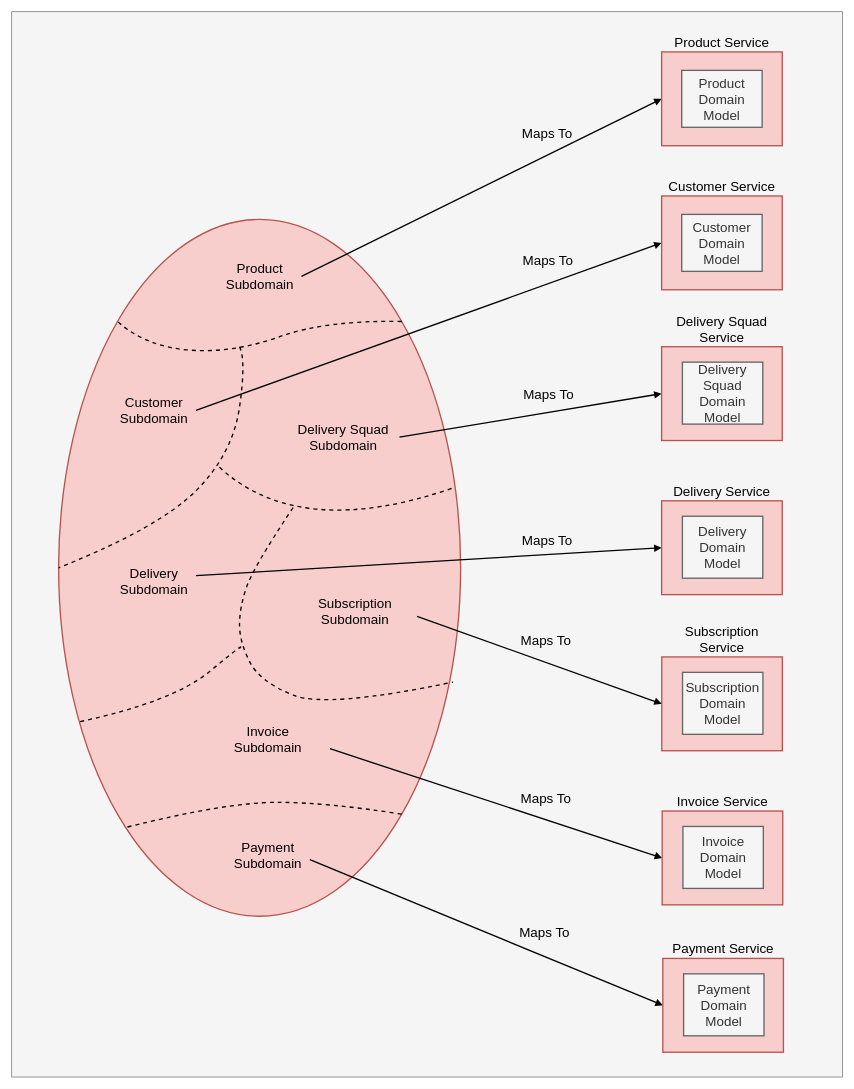
The draw.io diagram docs/diagram/subdomain_service_view.drawio in dudhwalas/dudhwala, before the edit. Source tidied: cells renumbered, new cells numbered last; positions are measured from the earlier drawing's top-left corner, leaving out a move shared by most shapes. Both pictures are drawn from the tidied source at 67%, with x=0, y=0 at pixel (11, 11).
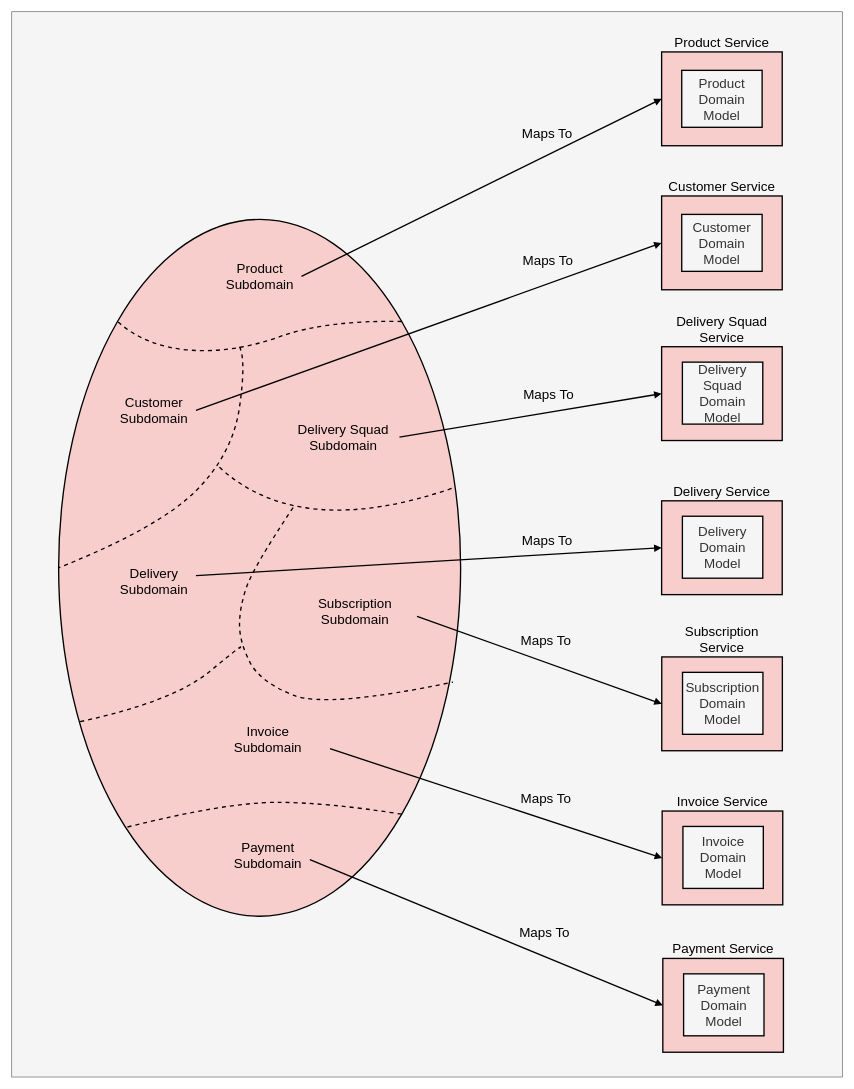
The same page after the edit.

The edit, as a diff of the source:
```diff
@@
-    <mxCell id="3" style="ellipse;whiteSpace=wrap;html=1;direction=south;fillColor=#f8cecc;strokeColor=#b85450;strokeWidth=2;fontSize=20;" parent="1" vertex="1">
+    <mxCell id="3" style="ellipse;whiteSpace=wrap;html=1;direction=south;fillColor=#f8cecc;strokeColor=#000000;strokeWidth=2;fontSize=20;" parent="1" vertex="1">
       <mxGeometry x="70" y="310" width="600" height="1040" as="geometry" />
     </mxCell>
@@
-    <mxCell id="27" value="Product Service" style="rounded=0;whiteSpace=wrap;html=1;fontSize=20;strokeWidth=2;fillColor=#f8cecc;strokeColor=#b85450;labelPosition=center;verticalLabelPosition=top;align=center;verticalAlign=bottom;" parent="1" vertex="1">
+    <mxCell id="27" value="Product Service" style="rounded=0;whiteSpace=wrap;html=1;fontSize=20;strokeWidth=2;fillColor=#f8cecc;strokeColor=#000000;labelPosition=center;verticalLabelPosition=top;align=center;verticalAlign=bottom;" parent="1" vertex="1">
       <mxGeometry x="970" y="60" width="180" height="140" as="geometry" />
     </mxCell>
-    <mxCell id="28" value="Product Domain Model" style="rounded=0;whiteSpace=wrap;html=1;fontSize=20;strokeWidth=2;fillColor=#f5f5f5;fontColor=#333333;strokeColor=#666666;" parent="1" vertex="1">
+    <mxCell id="28" value="Product Domain Model" style="rounded=0;whiteSpace=wrap;html=1;fontSize=20;strokeWidth=2;fillColor=#f5f5f5;fontColor=#333333;strokeColor=#000000;" parent="1" vertex="1">
       <mxGeometry x="1000" y="87.5" width="120" height="85" as="geometry" />
     </mxCell>
-    <mxCell id="29" value="Customer Service" style="rounded=0;whiteSpace=wrap;html=1;fontSize=20;strokeWidth=2;fillColor=#f8cecc;strokeColor=#b85450;labelPosition=center;verticalLabelPosition=top;align=center;verticalAlign=bottom;" parent="1" vertex="1">
+    <mxCell id="29" value="Customer Service" style="rounded=0;whiteSpace=wrap;html=1;fontSize=20;strokeWidth=2;fillColor=#f8cecc;strokeColor=#000000;labelPosition=center;verticalLabelPosition=top;align=center;verticalAlign=bottom;" parent="1" vertex="1">
       <mxGeometry x="970" y="275" width="180" height="140" as="geometry" />
     </mxCell>
-    <mxCell id="30" value="Customer Domain Model" style="rounded=0;whiteSpace=wrap;html=1;fontSize=20;strokeWidth=2;fillColor=#f5f5f5;fontColor=#333333;strokeColor=#666666;" parent="1" vertex="1">
+    <mxCell id="30" value="Customer Domain Model" style="rounded=0;whiteSpace=wrap;html=1;fontSize=20;strokeWidth=2;fillColor=#f5f5f5;fontColor=#333333;strokeColor=#000000;" parent="1" vertex="1">
       <mxGeometry x="1000" y="302.5" width="120" height="85" as="geometry" />
     </mxCell>
-    <mxCell id="31" value="Delivery Squad Service" style="rounded=0;whiteSpace=wrap;html=1;fontSize=20;strokeWidth=2;fillColor=#f8cecc;strokeColor=#b85450;labelPosition=center;verticalLabelPosition=top;align=center;verticalAlign=bottom;" parent="1" vertex="1">
+    <mxCell id="31" value="Delivery Squad Service" style="rounded=0;whiteSpace=wrap;html=1;fontSize=20;strokeWidth=2;fillColor=#f8cecc;strokeColor=#000000;labelPosition=center;verticalLabelPosition=top;align=center;verticalAlign=bottom;" parent="1" vertex="1">
       <mxGeometry x="970" y="500" width="180" height="140" as="geometry" />
     </mxCell>
-    <mxCell id="32" value="Delivery Squad Domain Model" style="rounded=0;whiteSpace=wrap;html=1;fontSize=20;strokeWidth=2;fillColor=#f5f5f5;fontColor=#333333;strokeColor=#666666;" parent="1" vertex="1">
+    <mxCell id="32" value="Delivery Squad Domain Model" style="rounded=0;whiteSpace=wrap;html=1;fontSize=20;strokeWidth=2;fillColor=#f5f5f5;fontColor=#333333;strokeColor=#000000;" parent="1" vertex="1">
       <mxGeometry x="1001" y="523" width="120" height="92.5" as="geometry" />
     </mxCell>
-    <mxCell id="33" value="Delivery Service" style="rounded=0;whiteSpace=wrap;html=1;fontSize=20;strokeWidth=2;fillColor=#f8cecc;strokeColor=#b85450;labelPosition=center;verticalLabelPosition=top;align=center;verticalAlign=bottom;" parent="1" vertex="1">
+    <mxCell id="33" value="Delivery Service" style="rounded=0;whiteSpace=wrap;html=1;fontSize=20;strokeWidth=2;fillColor=#f8cecc;strokeColor=#000000;labelPosition=center;verticalLabelPosition=top;align=center;verticalAlign=bottom;" parent="1" vertex="1">
       <mxGeometry x="970" y="730" width="180" height="140" as="geometry" />
     </mxCell>
-    <mxCell id="34" value="Delivery Domain Model" style="rounded=0;whiteSpace=wrap;html=1;fontSize=20;strokeWidth=2;fillColor=#f5f5f5;fontColor=#333333;strokeColor=#666666;" parent="1" vertex="1">
+    <mxCell id="34" value="Delivery Domain Model" style="rounded=0;whiteSpace=wrap;html=1;fontSize=20;strokeWidth=2;fillColor=#f5f5f5;fontColor=#333333;strokeColor=#000000;" parent="1" vertex="1">
       <mxGeometry x="1001" y="753" width="120" height="92.5" as="geometry" />
     </mxCell>
-    <mxCell id="35" value="Invoice Service" style="rounded=0;whiteSpace=wrap;html=1;fontSize=20;strokeWidth=2;fillColor=#f8cecc;strokeColor=#b85450;labelPosition=center;verticalLabelPosition=top;align=center;verticalAlign=bottom;" parent="1" vertex="1">
+    <mxCell id="35" value="Invoice Service" style="rounded=0;whiteSpace=wrap;html=1;fontSize=20;strokeWidth=2;fillColor=#f8cecc;strokeColor=#000000;labelPosition=center;verticalLabelPosition=top;align=center;verticalAlign=bottom;" parent="1" vertex="1">
       <mxGeometry x="970.8" y="1193" width="180" height="140" as="geometry" />
     </mxCell>
-    <mxCell id="36" value="Invoice Domain Model" style="rounded=0;whiteSpace=wrap;html=1;fontSize=20;strokeWidth=2;fillColor=#f5f5f5;fontColor=#333333;strokeColor=#666666;" parent="1" vertex="1">
+    <mxCell id="36" value="Invoice Domain Model" style="rounded=0;whiteSpace=wrap;html=1;fontSize=20;strokeWidth=2;fillColor=#f5f5f5;fontColor=#333333;strokeColor=#000000;" parent="1" vertex="1">
       <mxGeometry x="1001.8" y="1216" width="120" height="92.5" as="geometry" />
     </mxCell>
-    <mxCell id="37" value="Payment Service" style="rounded=0;whiteSpace=wrap;html=1;fontSize=20;strokeWidth=2;fillColor=#f8cecc;strokeColor=#b85450;labelPosition=center;verticalLabelPosition=top;align=center;verticalAlign=bottom;" parent="1" vertex="1">
+    <mxCell id="37" value="Payment Service" style="rounded=0;whiteSpace=wrap;html=1;fontSize=20;strokeWidth=2;fillColor=#f8cecc;strokeColor=#000000;labelPosition=center;verticalLabelPosition=top;align=center;verticalAlign=bottom;" parent="1" vertex="1">
       <mxGeometry x="971.8" y="1413" width="180" height="140" as="geometry" />
     </mxCell>
-    <mxCell id="38" value="Payment Domain Model" style="rounded=0;whiteSpace=wrap;html=1;fontSize=20;strokeWidth=2;fillColor=#f5f5f5;fontColor=#333333;strokeColor=#666666;" parent="1" vertex="1">
+    <mxCell id="38" value="Payment Domain Model" style="rounded=0;whiteSpace=wrap;html=1;fontSize=20;strokeWidth=2;fillColor=#f5f5f5;fontColor=#333333;strokeColor=#000000;" parent="1" vertex="1">
       <mxGeometry x="1002.8" y="1436" width="120" height="92.5" as="geometry" />
     </mxCell>
@@
-    <mxCell id="40" value="Subscription Service" style="rounded=0;whiteSpace=wrap;html=1;fontSize=20;strokeWidth=2;fillColor=#f8cecc;strokeColor=#b85450;labelPosition=center;verticalLabelPosition=top;align=center;verticalAlign=bottom;" parent="1" vertex="1">
+    <mxCell id="40" value="Subscription Service" style="rounded=0;whiteSpace=wrap;html=1;fontSize=20;strokeWidth=2;fillColor=#f8cecc;strokeColor=#000000;labelPosition=center;verticalLabelPosition=top;align=center;verticalAlign=bottom;" parent="1" vertex="1">
       <mxGeometry x="970.2" y="963" width="180" height="140" as="geometry" />
     </mxCell>
-    <mxCell id="41" value="Subscription Domain Model" style="rounded=0;whiteSpace=wrap;html=1;fontSize=20;strokeWidth=2;fillColor=#f5f5f5;fontColor=#333333;strokeColor=#666666;" parent="1" vertex="1">
+    <mxCell id="41" value="Subscription Domain Model" style="rounded=0;whiteSpace=wrap;html=1;fontSize=20;strokeWidth=2;fillColor=#f5f5f5;fontColor=#333333;strokeColor=#000000;" parent="1" vertex="1">
       <mxGeometry x="1001.2" y="986" width="120" height="92.5" as="geometry" />
     </mxCell>
```
